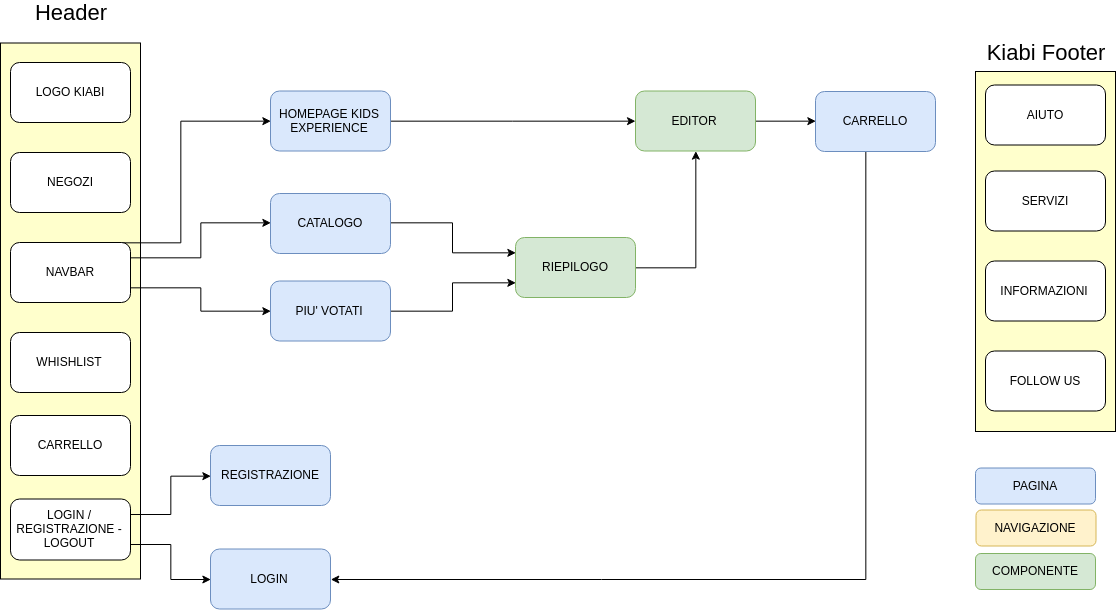
The draw.io diagram src/Final Design/blueprints/Utente_non_loggato.png in Elidor00/UUX, before a commit. Source tidied: cells renumbered, new cells last; positions are measured from the earlier drawing's top-left corner, leaving out a move shared by most shapes. The source it was exported from:
```xml
<mxGraphModel>
  <root>
    <mxCell id="0" />
    <mxCell id="1" parent="0" />
    <mxCell id="2" style="edgeStyle=orthogonalEdgeStyle;rounded=0;orthogonalLoop=1;jettySize=auto;html=1;fontSize=22;" parent="1" edge="1">
      <mxGeometry relative="1" as="geometry">
        <mxPoint x="815.5" y="328" as="targetPoint" />
      </mxGeometry>
    </mxCell>
    <mxCell id="3" style="edgeStyle=orthogonalEdgeStyle;rounded=0;orthogonalLoop=1;jettySize=auto;html=1;exitX=0.5;exitY=0;exitDx=0;exitDy=0;entryX=0;entryY=0.5;entryDx=0;entryDy=0;fontSize=22;" parent="1" edge="1">
      <mxGeometry relative="1" as="geometry">
        <mxPoint x="816" y="147" as="targetPoint" />
      </mxGeometry>
    </mxCell>
    <mxCell id="4" style="edgeStyle=orthogonalEdgeStyle;rounded=0;orthogonalLoop=1;jettySize=auto;html=1;exitX=0.5;exitY=1;exitDx=0;exitDy=0;entryX=0;entryY=0.5;entryDx=0;entryDy=0;fontSize=22;" parent="1" edge="1">
      <mxGeometry relative="1" as="geometry">
        <mxPoint x="816" y="518.7" as="targetPoint" />
      </mxGeometry>
    </mxCell>
    <mxCell id="5" style="edgeStyle=orthogonalEdgeStyle;rounded=0;orthogonalLoop=1;jettySize=auto;html=1;exitX=0.75;exitY=0;exitDx=0;exitDy=0;entryX=0.75;entryY=1;entryDx=0;entryDy=0;fontSize=22;" parent="1" edge="1">
      <mxGeometry relative="1" as="geometry">
        <mxPoint x="906" y="177" as="targetPoint" />
      </mxGeometry>
    </mxCell>
    <mxCell id="6" style="edgeStyle=orthogonalEdgeStyle;rounded=0;orthogonalLoop=1;jettySize=auto;html=1;exitX=0.75;exitY=1;exitDx=0;exitDy=0;entryX=0.75;entryY=0;entryDx=0;entryDy=0;fontSize=22;" parent="1" edge="1">
      <mxGeometry relative="1" as="geometry">
        <mxPoint x="906" y="358.7" as="sourcePoint" />
      </mxGeometry>
    </mxCell>
    <mxCell id="7" style="edgeStyle=orthogonalEdgeStyle;rounded=0;orthogonalLoop=1;jettySize=auto;html=1;entryX=0;entryY=0.5;entryDx=0;entryDy=0;" parent="1" edge="1">
      <mxGeometry relative="1" as="geometry">
        <mxPoint x="634.3" y="328.7" as="targetPoint" />
      </mxGeometry>
    </mxCell>
    <mxCell id="8" style="edgeStyle=orthogonalEdgeStyle;rounded=0;orthogonalLoop=1;jettySize=auto;html=1;exitX=1;exitY=0.5;exitDx=0;exitDy=0;entryX=0;entryY=0;entryDx=0;entryDy=25;entryPerimeter=0;fontSize=22;" parent="1" edge="1">
      <mxGeometry relative="1" as="geometry">
        <mxPoint x="1034.3" y="147" as="targetPoint" />
      </mxGeometry>
    </mxCell>
    <mxCell id="9" style="edgeStyle=orthogonalEdgeStyle;rounded=0;orthogonalLoop=1;jettySize=auto;html=1;exitX=0.5;exitY=1;exitDx=0;exitDy=0;entryX=0.5;entryY=0;entryDx=0;entryDy=0;fontSize=22;" parent="1" edge="1">
      <mxGeometry relative="1" as="geometry">
        <mxPoint x="876" y="177" as="sourcePoint" />
      </mxGeometry>
    </mxCell>
    <mxCell id="10" style="edgeStyle=orthogonalEdgeStyle;rounded=0;orthogonalLoop=1;jettySize=auto;html=1;exitX=0;exitY=0.75;exitDx=0;exitDy=0;entryX=0;entryY=0.25;entryDx=0;entryDy=0;fontSize=22;" parent="1" edge="1">
      <mxGeometry relative="1" as="geometry">
        <mxPoint x="816" y="162" as="sourcePoint" />
      </mxGeometry>
    </mxCell>
    <mxCell id="11" style="edgeStyle=orthogonalEdgeStyle;rounded=0;orthogonalLoop=1;jettySize=auto;html=1;exitX=0.5;exitY=0;exitDx=0;exitDy=0;entryX=0.5;entryY=1;entryDx=0;entryDy=0;fontSize=22;" parent="1" edge="1">
      <mxGeometry relative="1" as="geometry">
        <mxPoint x="876" y="358.7" as="targetPoint" />
      </mxGeometry>
    </mxCell>
    <mxCell id="12" style="edgeStyle=orthogonalEdgeStyle;rounded=0;orthogonalLoop=1;jettySize=auto;html=1;exitX=1;exitY=0.25;exitDx=0;exitDy=0;entryX=1;entryY=0.75;entryDx=0;entryDy=0;fontSize=22;" parent="1" edge="1">
      <mxGeometry relative="1" as="geometry">
        <mxPoint x="936" y="162" as="targetPoint" />
      </mxGeometry>
    </mxCell>
    <mxCell id="13" style="edgeStyle=orthogonalEdgeStyle;rounded=0;orthogonalLoop=1;jettySize=auto;html=1;" parent="1" edge="1">
      <mxGeometry relative="1" as="geometry">
        <mxPoint x="1235" y="329" as="targetPoint" />
      </mxGeometry>
    </mxCell>
    <mxCell id="14" style="edgeStyle=orthogonalEdgeStyle;rounded=0;orthogonalLoop=1;jettySize=auto;html=1;exitX=1;exitY=0.5;exitDx=0;exitDy=0;entryX=0;entryY=0.5;entryDx=0;entryDy=0;" parent="1" edge="1">
      <mxGeometry relative="1" as="geometry">
        <mxPoint x="1394.3" y="328.7" as="targetPoint" />
      </mxGeometry>
    </mxCell>
    <mxCell id="15" style="edgeStyle=orthogonalEdgeStyle;rounded=0;jettySize=auto;html=1;exitX=1;exitY=0.5;exitDx=0;exitDy=0;entryX=0;entryY=0.5;entryDx=0;entryDy=0;" parent="1" edge="1" source="16" target="31">
      <mxGeometry relative="1" as="geometry" />
    </mxCell>
    <mxCell id="16" value="EDITOR" style="rounded=1;whiteSpace=wrap;html=1;fillColor=#d5e8d4;strokeColor=#82B366;" parent="1" vertex="1">
      <mxGeometry x="635" y="88.5" width="120" height="60" as="geometry" />
    </mxCell>
    <mxCell id="17" value="PAGINA" style="rounded=1;whiteSpace=wrap;html=1;fillColor=#dae8fc;strokeColor=#6c8ebf;" parent="1" vertex="1">
      <mxGeometry x="975" y="465.5" width="120" height="36" as="geometry" />
    </mxCell>
    <mxCell id="18" value="NAVIGAZIONE" style="rounded=1;whiteSpace=wrap;html=1;fillColor=#fff2cc;strokeColor=#d6b656;" parent="1" vertex="1">
      <mxGeometry x="975.5" y="507.5" width="120" height="36" as="geometry" />
    </mxCell>
    <mxCell id="19" value="COMPONENTE" style="rounded=1;whiteSpace=wrap;html=1;fillColor=#d5e8d4;strokeColor=#82b366;" parent="1" vertex="1">
      <mxGeometry x="975" y="551" width="120" height="36" as="geometry" />
    </mxCell>
    <mxCell id="20" style="edgeStyle=orthogonalEdgeStyle;rounded=0;jettySize=auto;html=1;exitX=1;exitY=0.5;exitDx=0;exitDy=0;entryX=0.5;entryY=1;entryDx=0;entryDy=0;" parent="1" edge="1" source="21" target="16">
      <mxGeometry relative="1" as="geometry" />
    </mxCell>
    <mxCell id="21" value="&lt;div&gt;RIEPILOGO&lt;/div&gt;" style="rounded=1;whiteSpace=wrap;html=1;fillColor=#d5e8d4;strokeColor=#82B366;" parent="1" vertex="1">
      <mxGeometry x="515" y="235" width="120" height="60" as="geometry" />
    </mxCell>
    <mxCell id="22" style="edgeStyle=orthogonalEdgeStyle;rounded=0;jettySize=auto;html=1;exitX=1;exitY=0.5;exitDx=0;exitDy=0;" parent="1" edge="1" source="23" target="16">
      <mxGeometry relative="1" as="geometry" />
    </mxCell>
    <mxCell id="23" value="HOMEPAGE KIDS EXPERIENCE" style="rounded=1;whiteSpace=wrap;html=1;strokeColor=#6C8EBF;fillColor=#DAE8FC;" parent="1" vertex="1">
      <mxGeometry x="270" y="88.5" width="120" height="60" as="geometry" />
    </mxCell>
    <mxCell id="24" style="rounded=0;whiteSpace=wrap;html=1;strokeColor=#000000;fillColor=#FFFFCC;" parent="1" vertex="1">
      <mxGeometry x="975" y="69" width="140" height="360" as="geometry" />
    </mxCell>
    <mxCell id="25" value="INFORMAZIONI" style="rounded=1;whiteSpace=wrap;html=1;" parent="1" vertex="1">
      <mxGeometry x="985" y="258.5" width="120" height="60" as="geometry" />
    </mxCell>
    <mxCell id="26" value="SERVIZI" style="rounded=1;whiteSpace=wrap;html=1;" parent="1" vertex="1">
      <mxGeometry x="985" y="168.5" width="120" height="60" as="geometry" />
    </mxCell>
    <mxCell id="27" value="FOLLOW US" style="rounded=1;whiteSpace=wrap;html=1;" parent="1" vertex="1">
      <mxGeometry x="985" y="348.5" width="120" height="60" as="geometry" />
    </mxCell>
    <mxCell id="28" value="AIUTO" style="rounded=1;whiteSpace=wrap;html=1;" parent="1" vertex="1">
      <mxGeometry x="985" y="82.5" width="120" height="60" as="geometry" />
    </mxCell>
    <mxCell id="29" value="Kiabi Footer" style="text;html=1;strokeColor=none;fillColor=none;align=center;verticalAlign=middle;whiteSpace=wrap;rounded=0;fontSize=22;" parent="1" vertex="1">
      <mxGeometry x="975" y="39.5" width="140" height="20" as="geometry" />
    </mxCell>
    <mxCell id="30" style="edgeStyle=orthogonalEdgeStyle;rounded=0;jettySize=auto;html=1;exitX=0.5;exitY=1;exitDx=0;exitDy=0;entryX=1;entryY=0.5;entryDx=0;entryDy=0;" parent="1" edge="1" source="31" target="50">
      <mxGeometry relative="1" as="geometry">
        <Array as="points">
          <mxPoint x="865" y="149" />
          <mxPoint x="865" y="577" />
        </Array>
      </mxGeometry>
    </mxCell>
    <mxCell id="31" value="CARRELLO" style="rounded=1;whiteSpace=wrap;html=1;fillColor=#dae8fc;strokeColor=#6c8ebf;" parent="1" vertex="1">
      <mxGeometry x="815" y="89" width="120" height="60" as="geometry" />
    </mxCell>
    <mxCell id="32" style="rounded=0;whiteSpace=wrap;html=1;strokeColor=#000000;fillColor=#FFFFCC;" parent="1" vertex="1">
      <mxGeometry y="40.5" width="140" height="536" as="geometry" />
    </mxCell>
    <mxCell id="33" style="edgeStyle=orthogonalEdgeStyle;rounded=0;jettySize=auto;html=1;exitX=1;exitY=0.25;exitDx=0;exitDy=0;entryX=0;entryY=0.5;entryDx=0;entryDy=0;" parent="1" edge="1" source="35" target="49">
      <mxGeometry relative="1" as="geometry" />
    </mxCell>
    <mxCell id="34" style="edgeStyle=orthogonalEdgeStyle;rounded=0;jettySize=auto;html=1;exitX=1;exitY=0.75;exitDx=0;exitDy=0;entryX=0;entryY=0.5;entryDx=0;entryDy=0;" parent="1" edge="1" source="35" target="50">
      <mxGeometry relative="1" as="geometry" />
    </mxCell>
    <mxCell id="35" value="LOGIN / REGISTRAZIONE - LOGOUT" style="rounded=1;whiteSpace=wrap;html=1;" parent="1" vertex="1">
      <mxGeometry x="10" y="496.5" width="120" height="61" as="geometry" />
    </mxCell>
    <mxCell id="36" value="LOGO KIABI" style="rounded=1;whiteSpace=wrap;html=1;" parent="1" vertex="1">
      <mxGeometry x="10" y="60" width="120" height="60" as="geometry" />
    </mxCell>
    <mxCell id="37" value="NEGOZI" style="rounded=1;whiteSpace=wrap;html=1;" parent="1" vertex="1">
      <mxGeometry x="10" y="150" width="120" height="60" as="geometry" />
    </mxCell>
    <mxCell id="38" value="WHISHLIST" style="rounded=1;whiteSpace=wrap;html=1;" parent="1" vertex="1">
      <mxGeometry x="10" y="330" width="120" height="60" as="geometry" />
    </mxCell>
    <mxCell id="39" value="CARRELLO" style="rounded=1;whiteSpace=wrap;html=1;" parent="1" vertex="1">
      <mxGeometry x="10" y="413" width="120" height="60" as="geometry" />
    </mxCell>
    <mxCell id="40" value="Header" style="text;html=1;strokeColor=none;fillColor=none;align=center;verticalAlign=middle;whiteSpace=wrap;rounded=0;fontSize=22;" parent="1" vertex="1">
      <mxGeometry width="140" height="20" as="geometry" />
    </mxCell>
    <mxCell id="41" style="edgeStyle=orthogonalEdgeStyle;rounded=0;jettySize=auto;html=1;exitX=1;exitY=0.25;exitDx=0;exitDy=0;entryX=0;entryY=0.5;entryDx=0;entryDy=0;" parent="1" edge="1" source="44" target="46">
      <mxGeometry relative="1" as="geometry" />
    </mxCell>
    <mxCell id="42" style="edgeStyle=orthogonalEdgeStyle;rounded=0;jettySize=auto;html=1;exitX=0.75;exitY=0;exitDx=0;exitDy=0;entryX=0;entryY=0.5;entryDx=0;entryDy=0;" parent="1" edge="1" source="44" target="23">
      <mxGeometry relative="1" as="geometry">
        <Array as="points">
          <mxPoint x="180" y="239.5" />
          <mxPoint x="180" y="118.5" />
        </Array>
      </mxGeometry>
    </mxCell>
    <mxCell id="43" style="edgeStyle=orthogonalEdgeStyle;rounded=0;jettySize=auto;html=1;exitX=1;exitY=0.75;exitDx=0;exitDy=0;entryX=0;entryY=0.5;entryDx=0;entryDy=0;" parent="1" edge="1" source="44" target="48">
      <mxGeometry relative="1" as="geometry" />
    </mxCell>
    <mxCell id="44" value="NAVBAR" style="rounded=1;whiteSpace=wrap;html=1;" parent="1" vertex="1">
      <mxGeometry x="10" y="240" width="120" height="60" as="geometry" />
    </mxCell>
    <mxCell id="45" style="edgeStyle=orthogonalEdgeStyle;rounded=0;jettySize=auto;html=1;exitX=1;exitY=0.5;exitDx=0;exitDy=0;entryX=0;entryY=0.25;entryDx=0;entryDy=0;" parent="1" edge="1" source="46" target="21">
      <mxGeometry relative="1" as="geometry" />
    </mxCell>
    <mxCell id="46" value="CATALOGO" style="rounded=1;whiteSpace=wrap;html=1;fillColor=#dae8fc;strokeColor=#6c8ebf;" parent="1" vertex="1">
      <mxGeometry x="270" y="191" width="120" height="60" as="geometry" />
    </mxCell>
    <mxCell id="47" style="edgeStyle=orthogonalEdgeStyle;rounded=0;jettySize=auto;html=1;exitX=1;exitY=0.5;exitDx=0;exitDy=0;entryX=0;entryY=0.75;entryDx=0;entryDy=0;" parent="1" edge="1" source="48" target="21">
      <mxGeometry relative="1" as="geometry" />
    </mxCell>
    <mxCell id="48" value="PIU' VOTATI" style="rounded=1;whiteSpace=wrap;html=1;fillColor=#dae8fc;strokeColor=#6c8ebf;" parent="1" vertex="1">
      <mxGeometry x="270" y="278.5" width="120" height="60" as="geometry" />
    </mxCell>
    <mxCell id="49" value="REGISTRAZIONE" style="rounded=1;whiteSpace=wrap;html=1;fillColor=#dae8fc;strokeColor=#6c8ebf;" parent="1" vertex="1">
      <mxGeometry x="210" y="443" width="120" height="60" as="geometry" />
    </mxCell>
    <mxCell id="50" value="LOGIN" style="rounded=1;whiteSpace=wrap;html=1;fillColor=#dae8fc;strokeColor=#6c8ebf;" parent="1" vertex="1">
      <mxGeometry x="210" y="546.5" width="120" height="60" as="geometry" />
    </mxCell>
  </root>
</mxGraphModel>
```
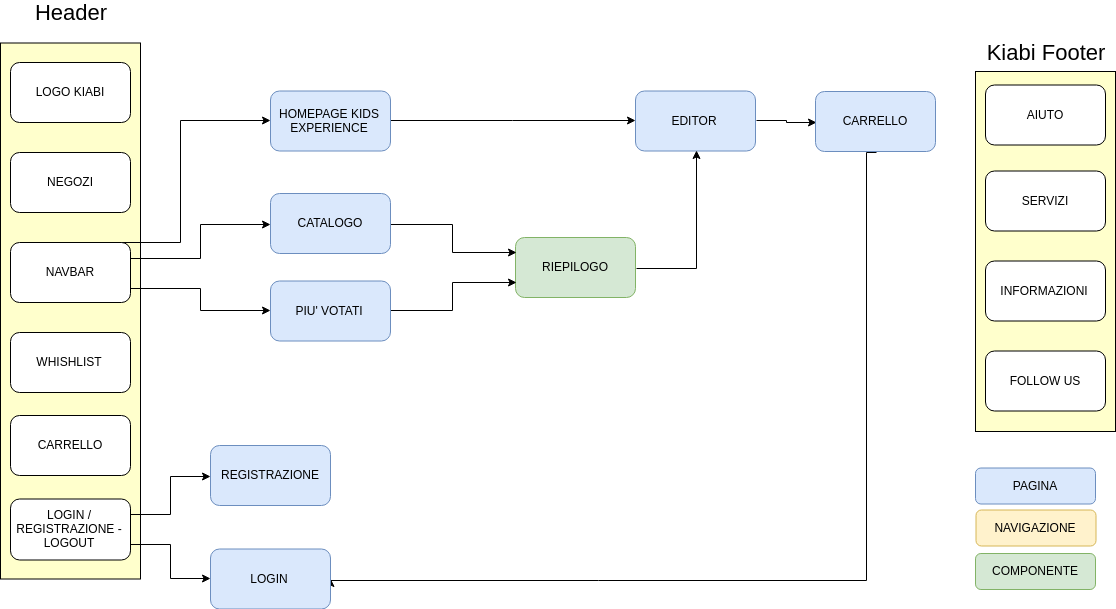
Later version of the same file.

Diff of the diagram source:
```diff
@@ -70,7 +70,7 @@
     <mxCell id="15" style="edgeStyle=orthogonalEdgeStyle;rounded=0;jettySize=auto;html=1;exitX=1;exitY=0.5;exitDx=0;exitDy=0;entryX=0;entryY=0.5;entryDx=0;entryDy=0;" parent="1" edge="1" source="16" target="31">
       <mxGeometry relative="1" as="geometry" />
     </mxCell>
-    <mxCell id="16" value="EDITOR" style="rounded=1;whiteSpace=wrap;html=1;fillColor=#d5e8d4;strokeColor=#82B366;" parent="1" vertex="1">
+    <mxCell id="16" value="EDITOR" style="rounded=1;whiteSpace=wrap;html=1;fillColor=#DAE8FC;strokeColor=#6C8EBF;" parent="1" vertex="1">
       <mxGeometry x="635" y="88.5" width="120" height="60" as="geometry" />
     </mxCell>
     <mxCell id="17" value="PAGINA" style="rounded=1;whiteSpace=wrap;html=1;fillColor=#dae8fc;strokeColor=#6c8ebf;" parent="1" vertex="1">
```
